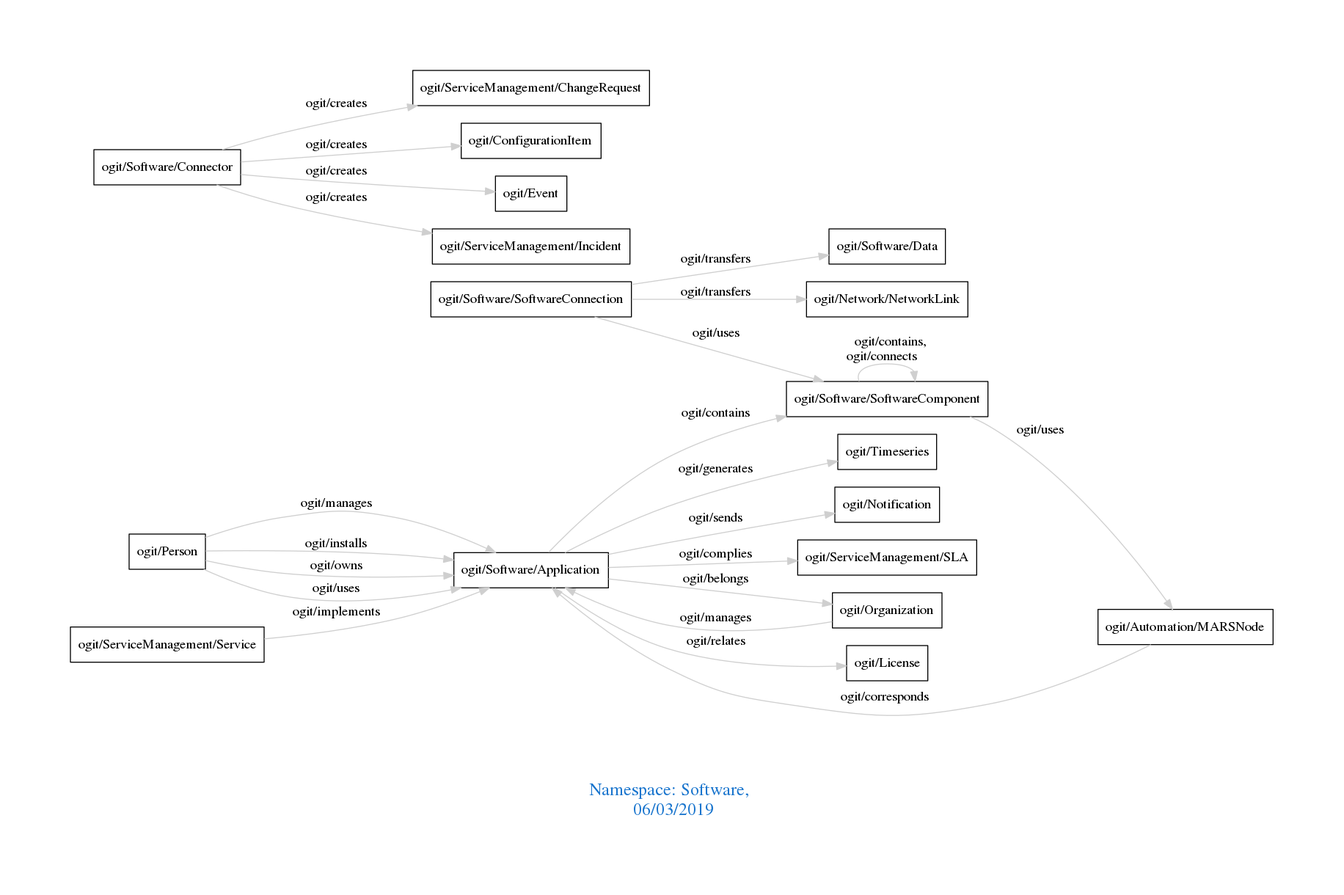
Earlier version of the Graphviz export downloads/Software.png (arago/OGIT). Its source is kept beside it as downloads/Software.dot.
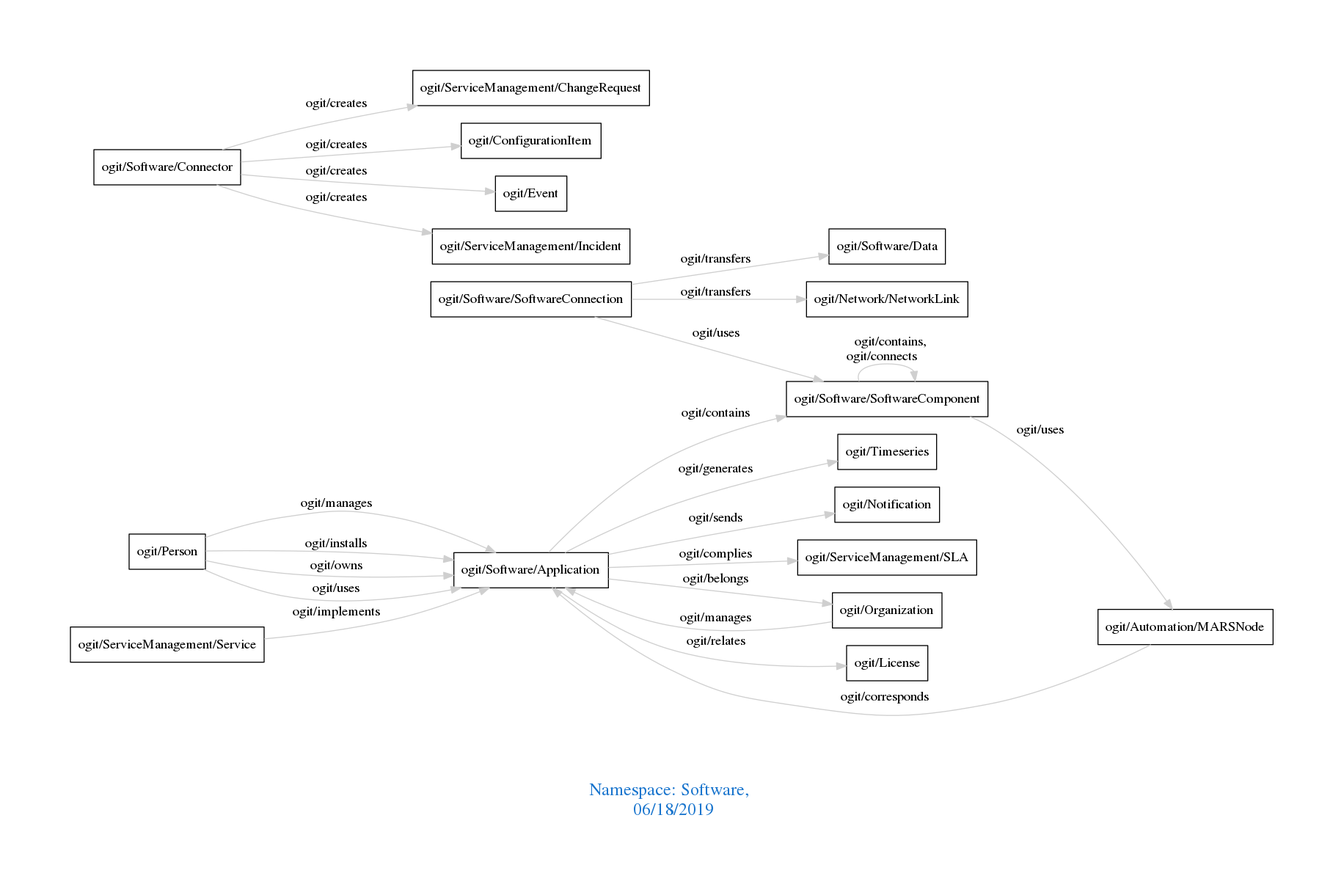
After the commit.

What changed in the source:
```diff
@@ -1,7 +1,7 @@
 digraph OGIT_ontology {
  graph [ rankdir= LR,pad=1
 fontsize = 18,
-fontcolor= dodgerblue3,label = "\n\n\nNamespace: Software, \n 06/03/2019"];
+fontcolor= dodgerblue3,label = "\n\n\nNamespace: Software, \n 06/18/2019"];
 node[shape=polygon];
 edge [  color="gray81"];
 
```
